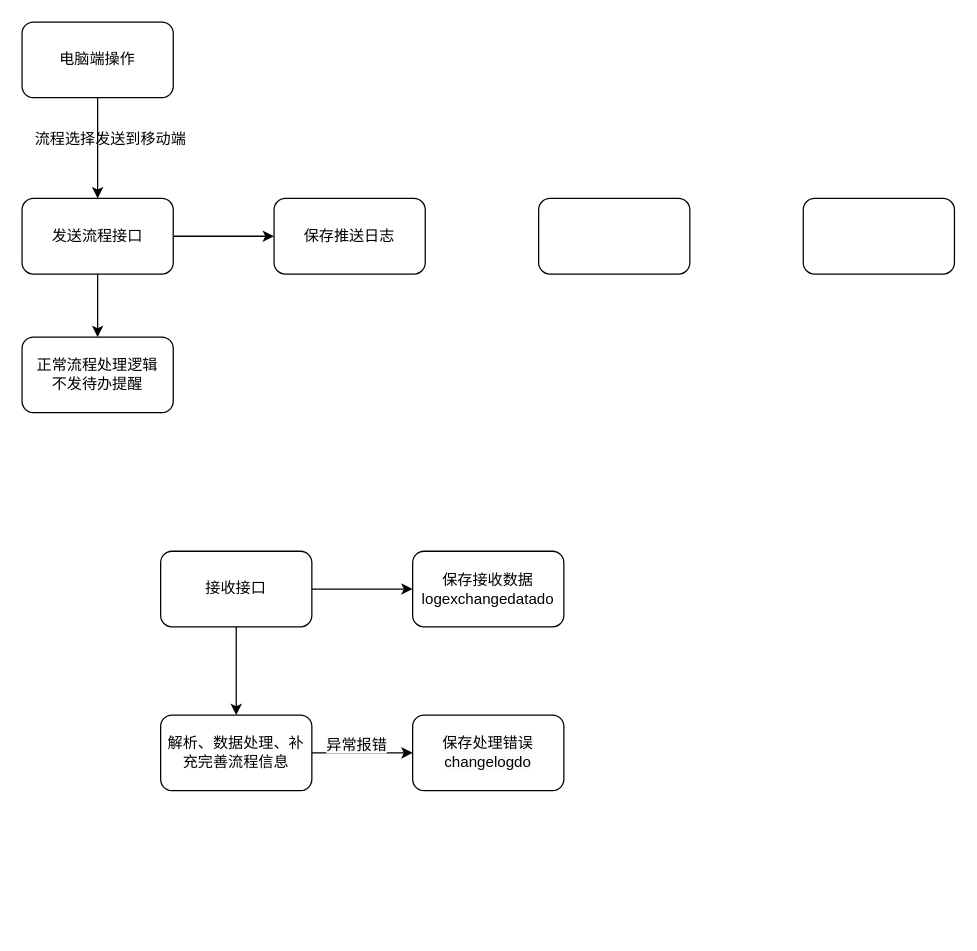
The draw.io diagram 交互.drawio in LSS9/ForgettingCurve, before the edit. Source tidied: cells renumbered, new cells numbered last; positions are measured from the earlier drawing's top-left corner, leaving out a move shared by most shapes. Both pictures are drawn from the tidied source at 126%, with x=0, y=0 at pixel (21, 21).
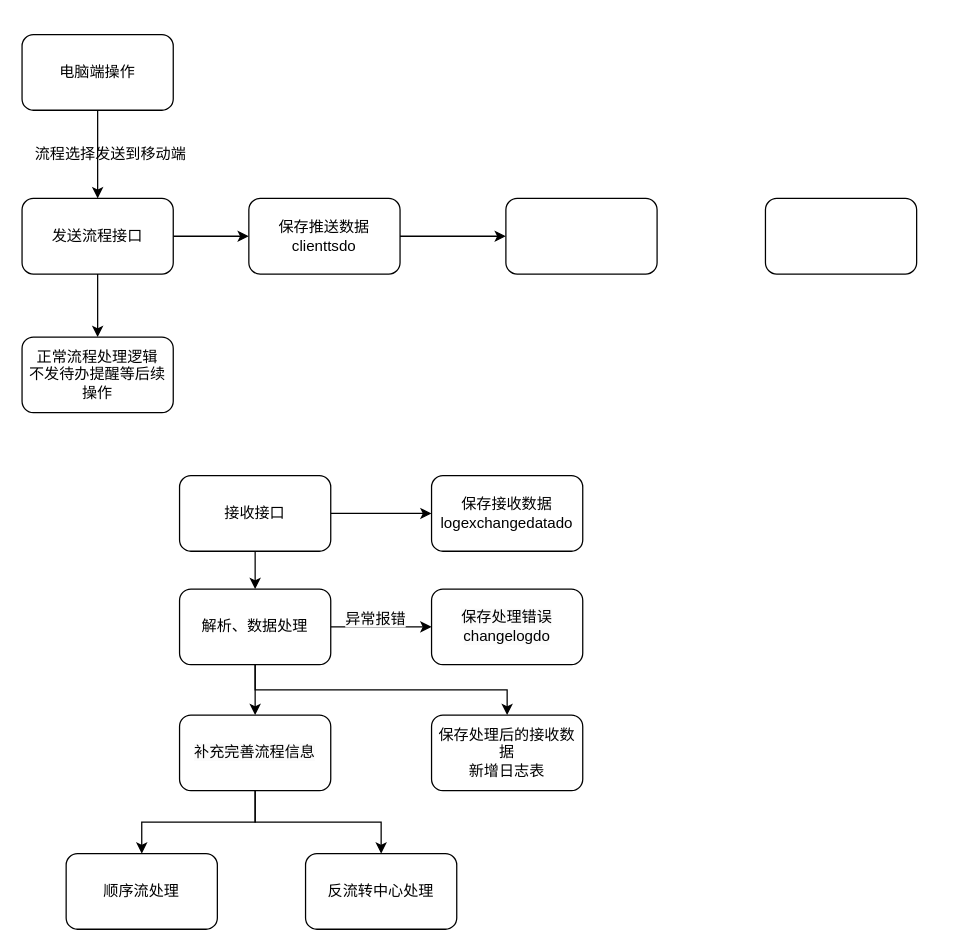
Above is the later version.

The edit, as a diff of the source:
```diff
@@
-    <mxCell id="5" value="正常流程处理逻辑&lt;br&gt;不发待办提醒" style="rounded=1;whiteSpace=wrap;html=1;" parent="1" vertex="1">
+    <mxCell id="5" value="正常流程处理逻辑&lt;br&gt;不发待办提醒等后续操作" style="rounded=1;whiteSpace=wrap;html=1;" parent="1" vertex="1">
       <mxGeometry y="250" width="120" height="60" as="geometry" />
     </mxCell>
@@
     <mxCell id="7" value="电脑端操作" style="rounded=1;whiteSpace=wrap;html=1;" parent="1" vertex="1">
-      <mxGeometry width="120" height="60" as="geometry" />
+      <mxGeometry y="10" width="120" height="60" as="geometry" />
     </mxCell>
     <mxCell id="8" value="保存接收数据logexchangedatado" style="rounded=1;whiteSpace=wrap;html=1;" parent="1" vertex="1">
-      <mxGeometry x="310" y="420" width="120" height="60" as="geometry" />
+      <mxGeometry x="325" y="360" width="120" height="60" as="geometry" />
     </mxCell>
+    <mxCell id="20" style="edgeStyle=orthogonalEdgeStyle;rounded=0;jettySize=auto;html=1;exitX=1;exitY=0.5;exitDx=0;exitDy=0;entryX=0;entryY=0.5;entryDx=0;entryDy=0;" parent="1" edge="1" source="9" target="10">
+      <mxGeometry relative="1" as="geometry" />
+    </mxCell>
-    <mxCell id="9" value="保存推送日志" style="rounded=1;whiteSpace=wrap;html=1;" parent="1" vertex="1">
-      <mxGeometry x="200" y="140" width="120" height="60" as="geometry" />
+    <mxCell id="9" value="保存推送数据&lt;br&gt;clienttsdo" style="rounded=1;whiteSpace=wrap;html=1;" parent="1" vertex="1">
+      <mxGeometry x="180" y="140" width="120" height="60" as="geometry" />
     </mxCell>
     <mxCell id="10" style="rounded=1;whiteSpace=wrap;html=1;" parent="1" vertex="1">
-      <mxGeometry x="410" y="140" width="120" height="60" as="geometry" />
+      <mxGeometry x="384" y="140" width="120" height="60" as="geometry" />
     </mxCell>
     <mxCell id="11" style="rounded=1;whiteSpace=wrap;html=1;" parent="1" vertex="1">
-      <mxGeometry x="620" y="140" width="120" height="60" as="geometry" />
+      <mxGeometry x="590" y="140" width="120" height="60" as="geometry" />
     </mxCell>
@@
     <mxCell id="14" value="接收接口" style="rounded=1;whiteSpace=wrap;html=1;" parent="1" vertex="1">
-      <mxGeometry x="110" y="420" width="120" height="60" as="geometry" />
+      <mxGeometry x="125" y="360" width="120" height="60" as="geometry" />
     </mxCell>
     <mxCell id="15" value="流程选择发送到移动端" style="text;html=1;align=center;verticalAlign=middle;strokeColor=none;fillColor=none;" parent="1" vertex="1">
-      <mxGeometry y="78" width="140" height="30" as="geometry" />
+      <mxGeometry y="90" width="140" height="30" as="geometry" />
     </mxCell>
@@
+    <mxCell id="21" style="edgeStyle=orthogonalEdgeStyle;rounded=0;jettySize=auto;html=1;exitX=0.5;exitY=1;exitDx=0;exitDy=0;entryX=0.5;entryY=0;entryDx=0;entryDy=0;" parent="1" edge="1" source="17" target="25">
+      <mxGeometry relative="1" as="geometry" />
+    </mxCell>
+    <mxCell id="22" style="edgeStyle=orthogonalEdgeStyle;rounded=0;jettySize=auto;html=1;exitX=0.5;exitY=1;exitDx=0;exitDy=0;" parent="1" edge="1" source="17" target="28">
+      <mxGeometry relative="1" as="geometry" />
+    </mxCell>
-    <mxCell id="17" value="解析、数据处理、补充完善流程信息" style="rounded=1;whiteSpace=wrap;html=1;" parent="1" vertex="1">
-      <mxGeometry x="110" y="550" width="120" height="60" as="geometry" />
+    <mxCell id="17" value="解析、数据处理" style="rounded=1;whiteSpace=wrap;html=1;" parent="1" vertex="1">
+      <mxGeometry x="125" y="450" width="120" height="60" as="geometry" />
     </mxCell>
     <mxCell id="18" value="&lt;span style=&quot;color: rgb(0, 0, 0); font-family: Helvetica; font-size: 12px; font-style: normal; font-variant-ligatures: normal; font-variant-caps: normal; font-weight: 400; letter-spacing: normal; orphans: 2; text-align: center; text-indent: 0px; text-transform: none; widows: 2; word-spacing: 0px; -webkit-text-stroke-width: 0px; background-color: rgb(251, 251, 251); text-decoration-thickness: initial; text-decoration-style: initial; text-decoration-color: initial; float: none; display: inline !important;&quot;&gt;保存处理错误changelogdo&lt;/span&gt;" style="rounded=1;whiteSpace=wrap;html=1;" parent="1" vertex="1">
-      <mxGeometry x="310" y="550" width="120" height="60" as="geometry" />
+      <mxGeometry x="325" y="450" width="120" height="60" as="geometry" />
     </mxCell>
     <mxCell id="19" value="&lt;span style=&quot;color: rgb(0, 0, 0); font-family: Helvetica; font-size: 12px; font-style: normal; font-variant-ligatures: normal; font-variant-caps: normal; font-weight: 400; letter-spacing: normal; orphans: 2; text-align: center; text-indent: 0px; text-transform: none; widows: 2; word-spacing: 0px; -webkit-text-stroke-width: 0px; background-color: rgb(251, 251, 251); text-decoration-thickness: initial; text-decoration-style: initial; text-decoration-color: initial; float: none; display: inline !important;&quot;&gt;异常报错&lt;/span&gt;" style="text;whiteSpace=wrap;html=1;" parent="1" vertex="1">
-      <mxGeometry x="240" y="560" width="80" height="40" as="geometry" />
+      <mxGeometry x="255" y="460" width="80" height="40" as="geometry" />
     </mxCell>
+    <mxCell id="23" style="edgeStyle=orthogonalEdgeStyle;rounded=0;jettySize=auto;html=1;exitX=0.5;exitY=1;exitDx=0;exitDy=0;" parent="1" edge="1" source="25" target="27">
+      <mxGeometry relative="1" as="geometry" />
+    </mxCell>
+    <mxCell id="24" style="edgeStyle=orthogonalEdgeStyle;rounded=0;jettySize=auto;html=1;exitX=0.5;exitY=1;exitDx=0;exitDy=0;entryX=0.5;entryY=0;entryDx=0;entryDy=0;" parent="1" edge="1" source="25" target="26">
+      <mxGeometry relative="1" as="geometry" />
+    </mxCell>
+    <mxCell id="25" value="&lt;span style=&quot;color: rgb(0, 0, 0); font-family: Helvetica; font-size: 12px; font-style: normal; font-variant-ligatures: normal; font-variant-caps: normal; font-weight: 400; letter-spacing: normal; orphans: 2; text-align: center; text-indent: 0px; text-transform: none; widows: 2; word-spacing: 0px; -webkit-text-stroke-width: 0px; background-color: rgb(251, 251, 251); text-decoration-thickness: initial; text-decoration-style: initial; text-decoration-color: initial; float: none; display: inline !important;&quot;&gt;补充完善流程信息&lt;/span&gt;" style="rounded=1;whiteSpace=wrap;html=1;" parent="1" vertex="1">
+      <mxGeometry x="125" y="550" width="120" height="60" as="geometry" />
+    </mxCell>
+    <mxCell id="26" value="反流转中心处理" style="rounded=1;whiteSpace=wrap;html=1;" parent="1" vertex="1">
+      <mxGeometry x="225" y="660" width="120" height="60" as="geometry" />
+    </mxCell>
+    <mxCell id="27" value="顺序流处理" style="rounded=1;whiteSpace=wrap;html=1;" parent="1" vertex="1">
+      <mxGeometry x="35" y="660" width="120" height="60" as="geometry" />
+    </mxCell>
+    <mxCell id="28" value="保存处理后的接收数据&lt;br&gt;新增日志表" style="rounded=1;whiteSpace=wrap;html=1;" parent="1" vertex="1">
+      <mxGeometry x="325" y="550" width="120" height="60" as="geometry" />
+    </mxCell>
```
